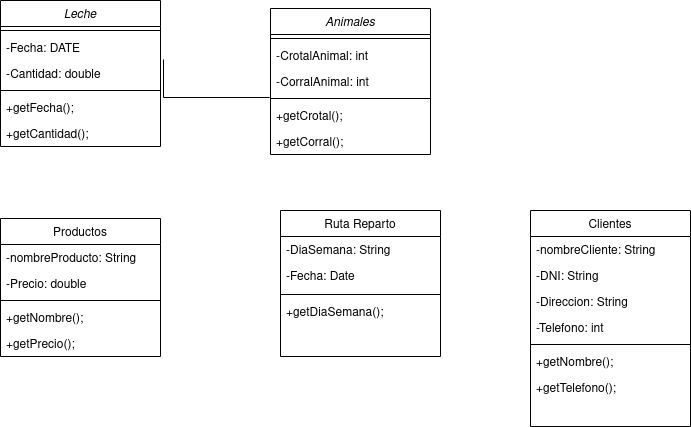
The draw.io diagram diagramas/DiagramaClase.png in JoseMariaRuizDAM/PGL_JoseMa, before a commit. Source tidied: cells renumbered, new cells last; positions are measured from the earlier drawing's top-left corner, leaving out a move shared by most shapes.
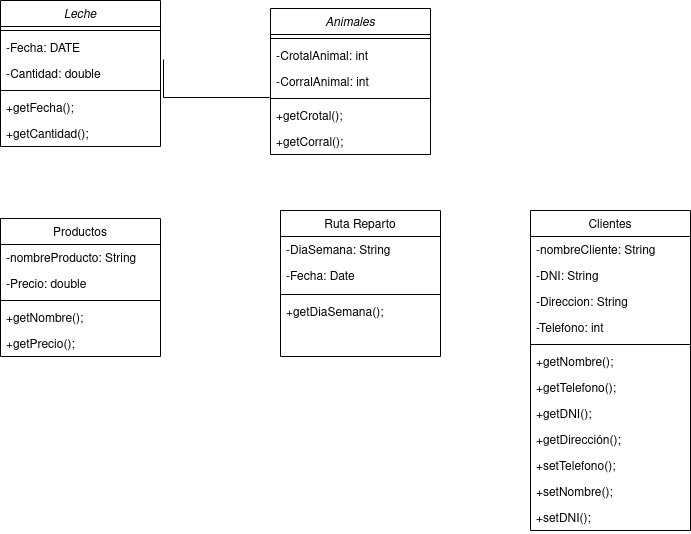
Later version of the same file.

Change to the diagram source:
```diff
@@ -57,7 +57,7 @@
       <mxGeometry y="88" width="160" height="58" as="geometry" />
     </mxCell>
     <mxCell id="20" value="Clientes" style="swimlane;fontStyle=0;align=center;verticalAlign=top;horizontal=1;startSize=26;rounded=0;shadow=0;strokeWidth=1;" parent="1" vertex="1">
-      <mxGeometry x="530" y="210" width="160" height="216" as="geometry" />
+      <mxGeometry x="530" y="210" width="160" height="320" as="geometry" />
     </mxCell>
     <mxCell id="21" value="-nombreCliente: String " style="text;align=left;verticalAlign=top;spacingLeft=4;spacingRight=4;overflow=hidden;" parent="20" vertex="1">
       <mxGeometry y="26" width="160" height="26" as="geometry" />
@@ -80,6 +80,21 @@
     <mxCell id="27" value="+getTelefono();&#10;" style="text;align=left;verticalAlign=top;spacingLeft=4;spacingRight=4;overflow=hidden;" parent="20" vertex="1">
       <mxGeometry y="164" width="160" height="26" as="geometry" />
     </mxCell>
+    <mxCell id="37" value="+getDNI();&#10;" style="text;align=left;verticalAlign=top;spacingLeft=4;spacingRight=4;overflow=hidden;" parent="20" vertex="1">
+      <mxGeometry y="190" width="160" height="26" as="geometry" />
+    </mxCell>
+    <mxCell id="38" value="+getDirección();&#10;" style="text;align=left;verticalAlign=top;spacingLeft=4;spacingRight=4;overflow=hidden;" parent="20" vertex="1">
+      <mxGeometry y="216" width="160" height="26" as="geometry" />
+    </mxCell>
+    <mxCell id="39" value="+setTelefono();&#10;" style="text;align=left;verticalAlign=top;spacingLeft=4;spacingRight=4;overflow=hidden;" parent="20" vertex="1">
+      <mxGeometry y="242" width="160" height="26" as="geometry" />
+    </mxCell>
+    <mxCell id="40" value="+setNombre();" style="text;align=left;verticalAlign=top;spacingLeft=4;spacingRight=4;overflow=hidden;" parent="20" vertex="1">
+      <mxGeometry y="268" width="160" height="26" as="geometry" />
+    </mxCell>
+    <mxCell id="41" value="+setDNI();&#10;" style="text;align=left;verticalAlign=top;spacingLeft=4;spacingRight=4;overflow=hidden;" parent="20" vertex="1">
+      <mxGeometry y="294" width="160" height="26" as="geometry" />
+    </mxCell>
     <mxCell id="28" value="Leche" style="swimlane;fontStyle=2;align=center;verticalAlign=top;horizontal=1;startSize=26;rounded=0;shadow=0;strokeWidth=1;" parent="1" vertex="1">
       <mxGeometry width="160" height="146" as="geometry" />
     </mxCell>
```
